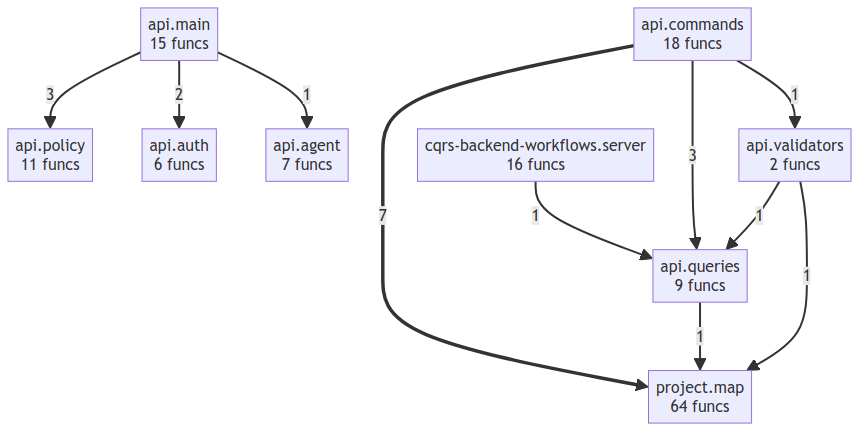
The Mermaid diagram project/compact_flow.png in semcod/codot, before a commit. Its source is kept beside it as project/compact_flow.mmd.
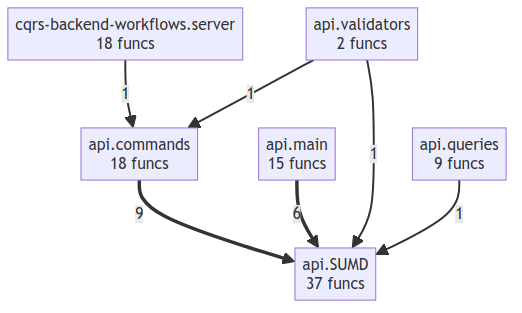
The same diagram one commit later.

Change to the diagram source:
```diff
@@ -1,20 +1,13 @@
 flowchart TD
-    api__agent["api.agent<br/>7 funcs"]
-    api__auth["api.auth<br/>6 funcs"]
+    api__SUMD["api.SUMD<br/>37 funcs"]
     api__commands["api.commands<br/>18 funcs"]
     api__main["api.main<br/>15 funcs"]
-    api__policy["api.policy<br/>11 funcs"]
     api__queries["api.queries<br/>9 funcs"]
     api__validators["api.validators<br/>2 funcs"]
-    cqrs_backend_workflows__server["cqrs-backend-workflows.server<br/>16 funcs"]
-    project__map["project.map<br/>64 funcs"]
-    api__commands ==>|7| project__map
-    api__commands -->|3| api__queries
-    api__main -->|3| api__policy
-    api__main -->|2| api__auth
-    api__commands -->|1| api__validators
-    api__validators -->|1| api__queries
-    api__validators -->|1| project__map
-    api__queries -->|1| project__map
-    api__main -->|1| api__agent
-    cqrs_backend_workflows__server -->|1| api__queries
+    cqrs_backend_workflows__server["cqrs-backend-workflows.server<br/>18 funcs"]
+    api__commands ==>|9| api__SUMD
+    api__main ==>|6| api__SUMD
+    cqrs_backend_workflows__server -->|1| api__commands
+    api__validators -->|1| api__commands
+    api__validators -->|1| api__SUMD
+    api__queries -->|1| api__SUMD
```
